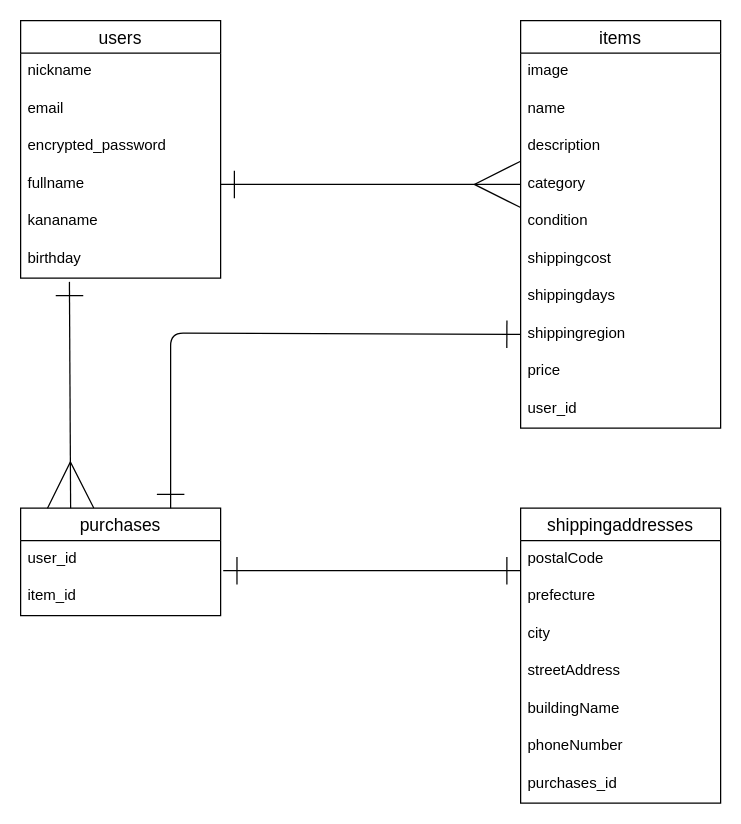
ino-aki/furima-40951 keeps this draw.io diagram as ER.dio. Above is the earlier version. Source tidied: cells renumbered, new cells numbered last; positions are measured from the earlier drawing's top-left corner, leaving out a move shared by most shapes. Both pictures are drawn from the tidied source at 125%, with x=0, y=0 at pixel (20, 20).
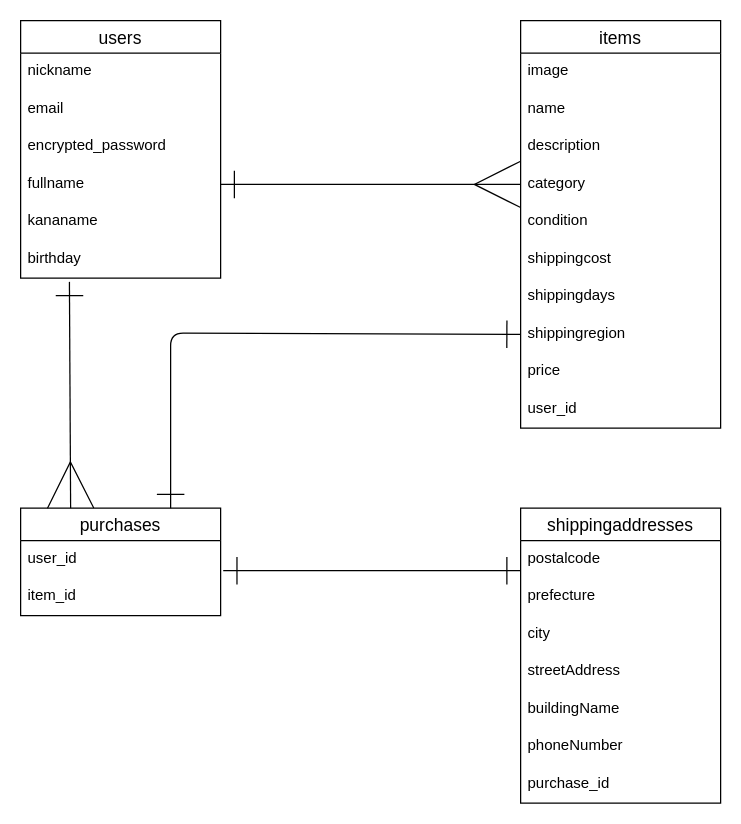
The same diagram, later.

Commit message (it also covers changes not shown here):
データベース設計

Unchanged cells that the change refers to:
```xml
<mxCell id="23" value="shippingaddresses" style="swimlane;fontStyle=0;horizontal=1;startSize=26;align=center;fontSize=14;" parent="1" vertex="1">
  <mxGeometry x="400" y="390" width="160" height="236" as="geometry" />
</mxCell>
```

Diff of the diagram source:
```diff
@@
-    <mxCell id="24" value="postalCode" style="text;strokeColor=none;fillColor=none;spacingLeft=4;spacingRight=4;overflow=hidden;fontSize=12;" parent="23" vertex="1">
+    <mxCell id="24" value="postalcode" style="text;strokeColor=none;fillColor=none;spacingLeft=4;spacingRight=4;overflow=hidden;fontSize=12;" parent="23" vertex="1">
       <mxGeometry y="26" width="160" height="30" as="geometry" />
     </mxCell>
@@
-    <mxCell id="30" value="purchases_id" style="text;strokeColor=none;fillColor=none;spacingLeft=4;spacingRight=4;overflow=hidden;fontSize=12;" parent="23" vertex="1">
+    <mxCell id="30" value="purchase_id" style="text;strokeColor=none;fillColor=none;spacingLeft=4;spacingRight=4;overflow=hidden;fontSize=12;" parent="23" vertex="1">
       <mxGeometry y="206" width="160" height="30" as="geometry" />
     </mxCell>
```
